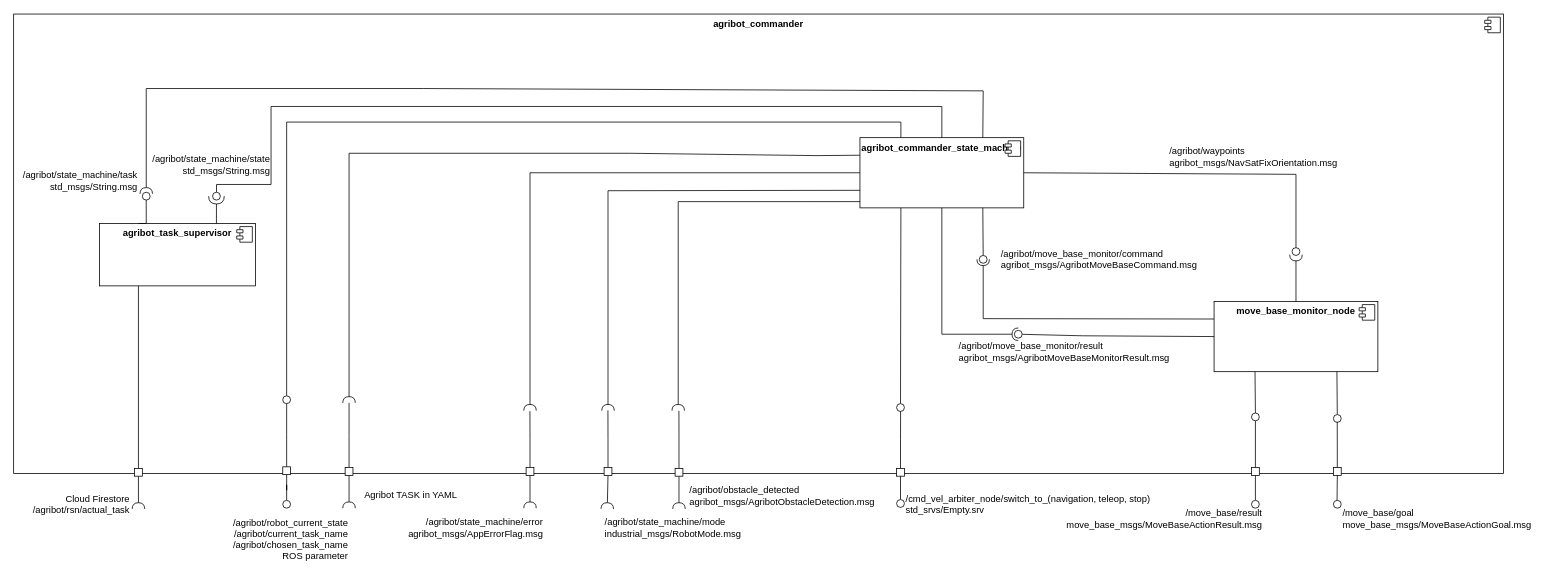
Earlier version of the draw.io diagram doc/component_diagram.drawio (agribot-2-0/agribot_commander). Source tidied: cells renumbered, new cells numbered last; positions are measured from the earlier drawing's top-left corner, leaving out a move shared by most shapes. Both pictures are drawn from the tidied source at 78%, with x=0, y=0 at pixel (13, 14).
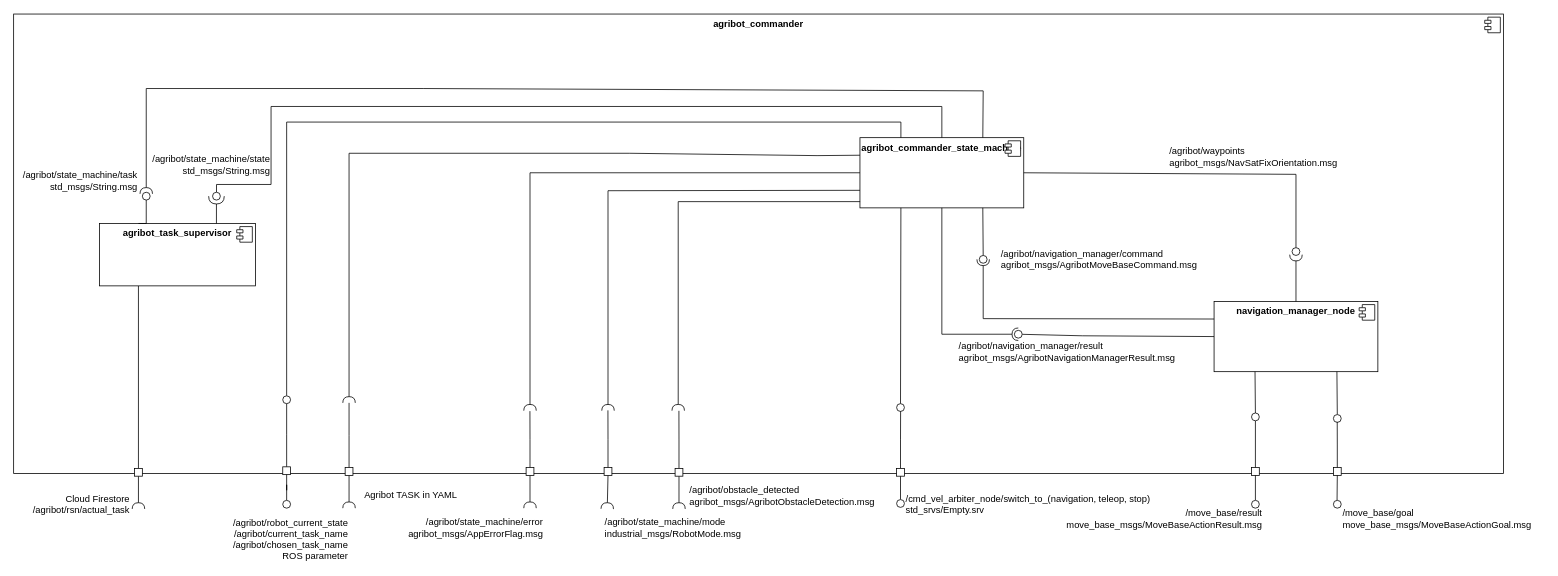
The same diagram, later.

Diff of the diagram source:
```diff
@@
-    <mxCell id="9" value="&lt;p style=&quot;margin: 0px ; margin-top: 6px ; text-align: center&quot;&gt;&lt;b&gt;move_base_monitor_node&lt;/b&gt;&lt;br&gt;&lt;/p&gt;" style="align=left;overflow=fill;html=1;" parent="1" vertex="1">
+    <mxCell id="9" value="&lt;p style=&quot;margin: 0px ; margin-top: 6px ; text-align: center&quot;&gt;&lt;b&gt;navigation_manager_node&lt;/b&gt;&lt;br&gt;&lt;/p&gt;" style="align=left;overflow=fill;html=1;" parent="1" vertex="1">
       <mxGeometry x="1539" y="368" width="210" height="90" as="geometry" />
     </mxCell>
@@
-    <mxCell id="28" value="/agribot/move_base_monitor/command&lt;br&gt;&lt;div&gt;&lt;span&gt;agribot_msgs/AgribotMoveBaseCommand.msg&lt;/span&gt;&lt;/div&gt;" style="text;html=1;align=left;verticalAlign=middle;" parent="1" vertex="1">
+    <mxCell id="28" value="/agribot/navigation_manager/command&lt;br&gt;&lt;div&gt;&lt;span&gt;agribot_msgs/AgribotMoveBaseCommand.msg&lt;/span&gt;&lt;/div&gt;" style="text;html=1;align=left;verticalAlign=middle;" parent="1" vertex="1">
       <mxGeometry x="1264" y="299" width="270" height="30" as="geometry" />
     </mxCell>
-    <mxCell id="29" value="/agribot/move_base_monitor/result&lt;br&gt;agribot_msgs/AgribotMoveBaseMonitorResult.msg" style="text;html=1;align=left;verticalAlign=middle;" parent="1" vertex="1">
+    <mxCell id="29" value="/agribot/navigation_manager/result&lt;br&gt;agribot_msgs/AgribotNavigationManagerResult.msg" style="text;html=1;align=left;verticalAlign=middle;" parent="1" vertex="1">
       <mxGeometry x="1210" y="418" width="290" height="30" as="geometry" />
     </mxCell>
```
